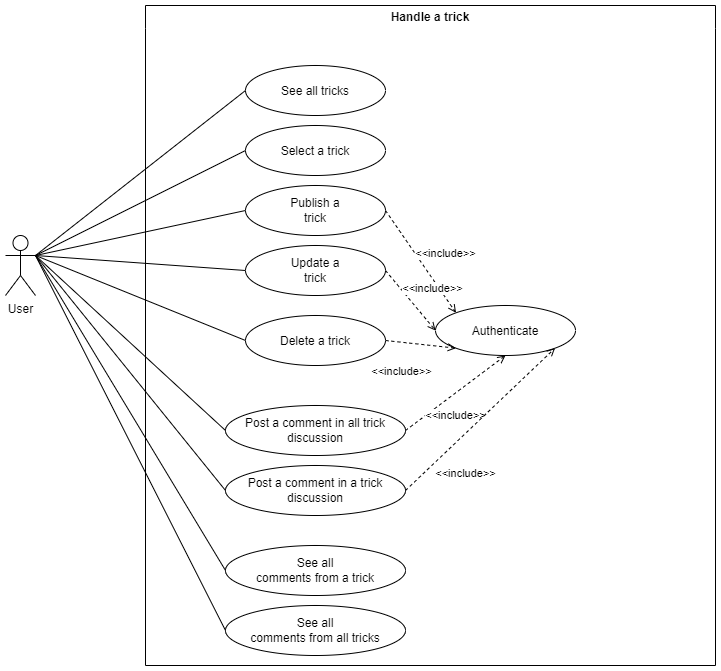
David-Renard/OC-p6 keeps this draw.io diagram as diagrammes/UC - Handle a trick.drawio.png. Above is the earlier version. Source tidied: cells renumbered, new cells last; positions are measured from the earlier drawing's top-left corner, leaving out a move shared by most shapes. The source it was exported from:
```xml
<mxGraphModel>
  <root>
    <mxCell id="0" />
    <mxCell id="1" parent="0" />
    <mxCell id="2" value="Handle a trick" style="swimlane;whiteSpace=wrap;html=1;swimlaneLine=0;" parent="1" vertex="1">
      <mxGeometry x="140" width="570" height="660" as="geometry" />
    </mxCell>
    <mxCell id="3" value="&lt;p style=&quot;line-height: 100%;&quot;&gt;See all tricks&lt;/p&gt;" style="ellipse;whiteSpace=wrap;html=1;" parent="2" vertex="1">
      <mxGeometry x="100" y="60" width="140" height="50" as="geometry" />
    </mxCell>
    <mxCell id="4" value="&lt;p style=&quot;line-height: 100%;&quot;&gt;Select a trick&lt;/p&gt;" style="ellipse;whiteSpace=wrap;html=1;" parent="2" vertex="1">
      <mxGeometry x="100" y="120" width="140" height="50" as="geometry" />
    </mxCell>
    <mxCell id="5" value="&lt;span style=&quot;background-color: initial;&quot;&gt;Publish a&lt;/span&gt;&lt;br&gt;trick" style="ellipse;whiteSpace=wrap;html=1;" parent="2" vertex="1">
      <mxGeometry x="100" y="180" width="140" height="50" as="geometry" />
    </mxCell>
    <mxCell id="6" value="&lt;p style=&quot;line-height: 100%;&quot;&gt;Authenticate&lt;/p&gt;" style="ellipse;whiteSpace=wrap;html=1;" parent="2" vertex="1">
      <mxGeometry x="290" y="300" width="140" height="50" as="geometry" />
    </mxCell>
    <mxCell id="7" value="&lt;p style=&quot;line-height: 100%;&quot;&gt;Delete a trick&lt;/p&gt;" style="ellipse;whiteSpace=wrap;html=1;" parent="2" vertex="1">
      <mxGeometry x="100" y="310" width="140" height="50" as="geometry" />
    </mxCell>
    <mxCell id="8" value="&amp;lt;&amp;lt;include&amp;gt;&amp;gt;" style="endArrow=open;html=1;rounded=0;exitX=1;exitY=0.5;exitDx=0;exitDy=0;endFill=0;dashed=1;entryX=0;entryY=0;entryDx=0;entryDy=0;" parent="2" edge="1" source="5" target="6">
      <mxGeometry x="0.12" y="25" relative="1" as="geometry" />
    </mxCell>
    <mxCell id="9" value="&amp;lt;&amp;lt;include&amp;gt;&amp;gt;" style="endArrow=open;html=1;rounded=0;exitX=1;exitY=0.5;exitDx=0;exitDy=0;endFill=0;dashed=1;entryX=0;entryY=1;entryDx=0;entryDy=0;" parent="2" edge="1" source="7" target="6">
      <mxGeometry x="-0.46" y="-28" relative="1" as="geometry">
        <mxPoint y="1" as="offset" />
      </mxGeometry>
    </mxCell>
    <mxCell id="10" value="&lt;span style=&quot;background-color: initial;&quot;&gt;Update a&lt;/span&gt;&lt;br&gt;trick" style="ellipse;whiteSpace=wrap;html=1;" parent="2" vertex="1">
      <mxGeometry x="100" y="240" width="140" height="50" as="geometry" />
    </mxCell>
    <mxCell id="11" value="&amp;lt;&amp;lt;include&amp;gt;&amp;gt;" style="endArrow=open;html=1;rounded=0;exitX=1;exitY=0.5;exitDx=0;exitDy=0;endFill=0;dashed=1;entryX=0;entryY=0.5;entryDx=0;entryDy=0;" parent="2" edge="1" source="10" target="6">
      <mxGeometry x="0.12" y="25" relative="1" as="geometry" />
    </mxCell>
    <mxCell id="12" value="&lt;span style=&quot;background-color: initial;&quot;&gt;Post a comment in all trick discussion&lt;br&gt;&lt;/span&gt;" style="ellipse;whiteSpace=wrap;html=1;" parent="2" vertex="1">
      <mxGeometry x="80" y="400" width="180" height="50" as="geometry" />
    </mxCell>
    <mxCell id="13" value="&lt;span style=&quot;background-color: initial;&quot;&gt;Post a comment in a trick discussion&lt;br&gt;&lt;/span&gt;" style="ellipse;whiteSpace=wrap;html=1;" parent="2" vertex="1">
      <mxGeometry x="80" y="460" width="180" height="50" as="geometry" />
    </mxCell>
    <mxCell id="14" value="&lt;span style=&quot;background-color: initial;&quot;&gt;See all&lt;/span&gt;&lt;br&gt;&lt;blockquote style=&quot;margin: 0 0 0 40px; border: none; padding: 0px;&quot;&gt;&lt;/blockquote&gt;&lt;span style=&quot;background-color: initial;&quot;&gt;comments&amp;nbsp;&lt;/span&gt;&lt;span style=&quot;background-color: initial;&quot;&gt;from a trick&lt;/span&gt;&lt;span style=&quot;background-color: initial;&quot;&gt;&lt;br&gt;&lt;/span&gt;" style="ellipse;whiteSpace=wrap;html=1;" parent="2" vertex="1">
      <mxGeometry x="80" y="540" width="180" height="50" as="geometry" />
    </mxCell>
    <mxCell id="15" value="&lt;span style=&quot;background-color: initial;&quot;&gt;See all&lt;/span&gt;&lt;br&gt;&lt;blockquote style=&quot;margin: 0 0 0 40px; border: none; padding: 0px;&quot;&gt;&lt;/blockquote&gt;&lt;span style=&quot;background-color: initial;&quot;&gt;comments&amp;nbsp;&lt;/span&gt;&lt;span style=&quot;background-color: initial;&quot;&gt;from all tricks&lt;/span&gt;&lt;span style=&quot;background-color: initial;&quot;&gt;&lt;br&gt;&lt;/span&gt;" style="ellipse;whiteSpace=wrap;html=1;" parent="2" vertex="1">
      <mxGeometry x="80" y="600" width="180" height="50" as="geometry" />
    </mxCell>
    <mxCell id="16" value="&amp;lt;&amp;lt;include&amp;gt;&amp;gt;" style="endArrow=open;html=1;rounded=0;exitX=1;exitY=0.5;exitDx=0;exitDy=0;endFill=0;dashed=1;entryX=0.5;entryY=1;entryDx=0;entryDy=0;" parent="2" edge="1" source="12" target="6">
      <mxGeometry x="-0.22" y="-18" relative="1" as="geometry" />
    </mxCell>
    <mxCell id="17" value="&amp;lt;&amp;lt;include&amp;gt;&amp;gt;" style="endArrow=open;html=1;rounded=0;exitX=1;exitY=0.5;exitDx=0;exitDy=0;endFill=0;dashed=1;entryX=1;entryY=1;entryDx=0;entryDy=0;" parent="2" edge="1" source="13" target="6">
      <mxGeometry x="-0.46" y="-28" relative="1" as="geometry">
        <mxPoint y="1" as="offset" />
      </mxGeometry>
    </mxCell>
    <mxCell id="18" style="endArrow=none;html=1;rounded=0;entryX=0;entryY=0.5;entryDx=0;entryDy=0;exitX=1;exitY=0.3333333333333333;exitDx=0;exitDy=0;exitPerimeter=0;" parent="1" edge="1" source="19" target="3">
      <mxGeometry relative="1" as="geometry" />
    </mxCell>
    <mxCell id="19" value="User" style="shape=umlActor;verticalLabelPosition=bottom;verticalAlign=top;html=1;outlineConnect=0;" parent="1" vertex="1">
      <mxGeometry y="230" width="30" height="60" as="geometry" />
    </mxCell>
    <mxCell id="20" style="endArrow=none;html=1;rounded=0;exitX=1;exitY=0.3333333333333333;exitDx=0;exitDy=0;exitPerimeter=0;entryX=0;entryY=0.5;entryDx=0;entryDy=0;" parent="1" edge="1" source="19" target="5">
      <mxGeometry relative="1" as="geometry" />
    </mxCell>
    <mxCell id="21" style="endArrow=none;html=1;rounded=0;exitX=1;exitY=0.3333333333333333;exitDx=0;exitDy=0;exitPerimeter=0;entryX=0;entryY=0.5;entryDx=0;entryDy=0;" parent="1" edge="1" source="19" target="4">
      <mxGeometry relative="1" as="geometry" />
    </mxCell>
    <mxCell id="22" style="endArrow=none;html=1;rounded=0;exitX=1;exitY=0.3333333333333333;exitDx=0;exitDy=0;exitPerimeter=0;entryX=0;entryY=0.5;entryDx=0;entryDy=0;" parent="1" edge="1" source="19" target="10">
      <mxGeometry relative="1" as="geometry" />
    </mxCell>
    <mxCell id="23" style="endArrow=none;html=1;rounded=0;exitX=1;exitY=0.3333333333333333;exitDx=0;exitDy=0;exitPerimeter=0;entryX=0;entryY=0.5;entryDx=0;entryDy=0;" parent="1" edge="1" source="19" target="7">
      <mxGeometry relative="1" as="geometry" />
    </mxCell>
    <mxCell id="24" style="endArrow=none;html=1;rounded=0;exitX=1;exitY=0.3333333333333333;exitDx=0;exitDy=0;exitPerimeter=0;entryX=0;entryY=0.5;entryDx=0;entryDy=0;" parent="1" edge="1" source="19" target="12">
      <mxGeometry relative="1" as="geometry" />
    </mxCell>
    <mxCell id="25" style="endArrow=none;html=1;rounded=0;exitX=1;exitY=0.3333333333333333;exitDx=0;exitDy=0;exitPerimeter=0;entryX=0;entryY=0.5;entryDx=0;entryDy=0;" parent="1" edge="1" source="19" target="13">
      <mxGeometry relative="1" as="geometry" />
    </mxCell>
    <mxCell id="26" style="endArrow=none;html=1;rounded=0;exitX=1;exitY=0.3333333333333333;exitDx=0;exitDy=0;exitPerimeter=0;entryX=0;entryY=0.5;entryDx=0;entryDy=0;" parent="1" edge="1" source="19" target="14">
      <mxGeometry relative="1" as="geometry" />
    </mxCell>
    <mxCell id="27" style="endArrow=none;html=1;rounded=0;exitX=1;exitY=0.3333333333333333;exitDx=0;exitDy=0;exitPerimeter=0;entryX=0;entryY=0.5;entryDx=0;entryDy=0;" parent="1" edge="1" source="19" target="15">
      <mxGeometry relative="1" as="geometry" />
    </mxCell>
  </root>
</mxGraphModel>
```
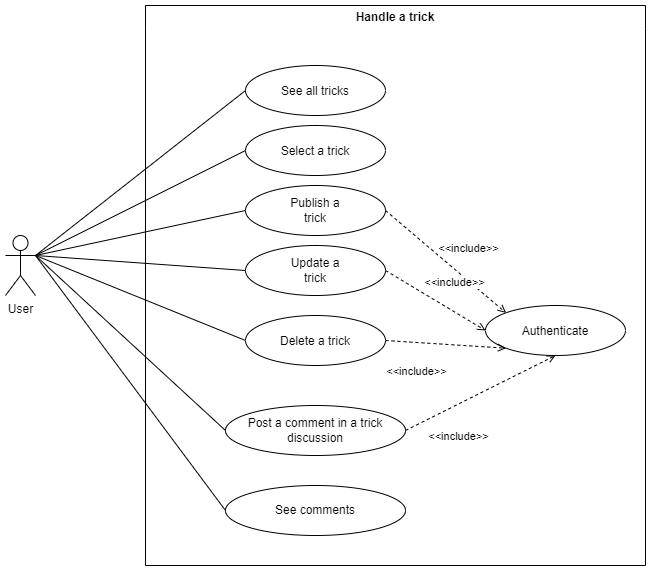
After the commit.

The edit, as a diff of the source:
```diff
@@ -3,7 +3,7 @@
     <mxCell id="0" />
     <mxCell id="1" parent="0" />
     <mxCell id="2" value="Handle a trick" style="swimlane;whiteSpace=wrap;html=1;swimlaneLine=0;" parent="1" vertex="1">
-      <mxGeometry x="140" width="570" height="660" as="geometry" />
+      <mxGeometry x="140" width="500" height="560" as="geometry" />
     </mxCell>
     <mxCell id="3" value="&lt;p style=&quot;line-height: 100%;&quot;&gt;See all tricks&lt;/p&gt;" style="ellipse;whiteSpace=wrap;html=1;" parent="2" vertex="1">
       <mxGeometry x="100" y="60" width="140" height="50" as="geometry" />
@@ -15,7 +15,7 @@
       <mxGeometry x="100" y="180" width="140" height="50" as="geometry" />
     </mxCell>
     <mxCell id="6" value="&lt;p style=&quot;line-height: 100%;&quot;&gt;Authenticate&lt;/p&gt;" style="ellipse;whiteSpace=wrap;html=1;" parent="2" vertex="1">
-      <mxGeometry x="290" y="300" width="140" height="50" as="geometry" />
+      <mxGeometry x="340" y="300" width="140" height="50" as="geometry" />
     </mxCell>
     <mxCell id="7" value="&lt;p style=&quot;line-height: 100%;&quot;&gt;Delete a trick&lt;/p&gt;" style="ellipse;whiteSpace=wrap;html=1;" parent="2" vertex="1">
       <mxGeometry x="100" y="310" width="140" height="50" as="geometry" />
@@ -34,22 +34,13 @@
     <mxCell id="11" value="&amp;lt;&amp;lt;include&amp;gt;&amp;gt;" style="endArrow=open;html=1;rounded=0;exitX=1;exitY=0.5;exitDx=0;exitDy=0;endFill=0;dashed=1;entryX=0;entryY=0.5;entryDx=0;entryDy=0;" parent="2" edge="1" source="10" target="6">
       <mxGeometry x="0.12" y="25" relative="1" as="geometry" />
     </mxCell>
-    <mxCell id="12" value="&lt;span style=&quot;background-color: initial;&quot;&gt;Post a comment in all trick discussion&lt;br&gt;&lt;/span&gt;" style="ellipse;whiteSpace=wrap;html=1;" parent="2" vertex="1">
-      <mxGeometry x="80" y="400" width="180" height="50" as="geometry" />
-    </mxCell>
     <mxCell id="13" value="&lt;span style=&quot;background-color: initial;&quot;&gt;Post a comment in a trick discussion&lt;br&gt;&lt;/span&gt;" style="ellipse;whiteSpace=wrap;html=1;" parent="2" vertex="1">
-      <mxGeometry x="80" y="460" width="180" height="50" as="geometry" />
+      <mxGeometry x="80" y="400" width="180" height="50" as="geometry" />
     </mxCell>
-    <mxCell id="14" value="&lt;span style=&quot;background-color: initial;&quot;&gt;See all&lt;/span&gt;&lt;br&gt;&lt;blockquote style=&quot;margin: 0 0 0 40px; border: none; padding: 0px;&quot;&gt;&lt;/blockquote&gt;&lt;span style=&quot;background-color: initial;&quot;&gt;comments&amp;nbsp;&lt;/span&gt;&lt;span style=&quot;background-color: initial;&quot;&gt;from a trick&lt;/span&gt;&lt;span style=&quot;background-color: initial;&quot;&gt;&lt;br&gt;&lt;/span&gt;" style="ellipse;whiteSpace=wrap;html=1;" parent="2" vertex="1">
-      <mxGeometry x="80" y="540" width="180" height="50" as="geometry" />
-    </mxCell>
-    <mxCell id="15" value="&lt;span style=&quot;background-color: initial;&quot;&gt;See all&lt;/span&gt;&lt;br&gt;&lt;blockquote style=&quot;margin: 0 0 0 40px; border: none; padding: 0px;&quot;&gt;&lt;/blockquote&gt;&lt;span style=&quot;background-color: initial;&quot;&gt;comments&amp;nbsp;&lt;/span&gt;&lt;span style=&quot;background-color: initial;&quot;&gt;from all tricks&lt;/span&gt;&lt;span style=&quot;background-color: initial;&quot;&gt;&lt;br&gt;&lt;/span&gt;" style="ellipse;whiteSpace=wrap;html=1;" parent="2" vertex="1">
-      <mxGeometry x="80" y="600" width="180" height="50" as="geometry" />
+    <mxCell id="15" value="&lt;span style=&quot;background-color: initial;&quot;&gt;See comments&lt;br&gt;&lt;/span&gt;" style="ellipse;whiteSpace=wrap;html=1;" parent="2" vertex="1">
+      <mxGeometry x="80" y="480" width="180" height="50" as="geometry" />
     </mxCell>
-    <mxCell id="16" value="&amp;lt;&amp;lt;include&amp;gt;&amp;gt;" style="endArrow=open;html=1;rounded=0;exitX=1;exitY=0.5;exitDx=0;exitDy=0;endFill=0;dashed=1;entryX=0.5;entryY=1;entryDx=0;entryDy=0;" parent="2" edge="1" source="12" target="6">
-      <mxGeometry x="-0.22" y="-18" relative="1" as="geometry" />
-    </mxCell>
-    <mxCell id="17" value="&amp;lt;&amp;lt;include&amp;gt;&amp;gt;" style="endArrow=open;html=1;rounded=0;exitX=1;exitY=0.5;exitDx=0;exitDy=0;endFill=0;dashed=1;entryX=1;entryY=1;entryDx=0;entryDy=0;" parent="2" edge="1" source="13" target="6">
+    <mxCell id="17" value="&amp;lt;&amp;lt;include&amp;gt;&amp;gt;" style="endArrow=open;html=1;rounded=0;exitX=1;exitY=0.5;exitDx=0;exitDy=0;endFill=0;dashed=1;entryX=0.5;entryY=1;entryDx=0;entryDy=0;" parent="2" edge="1" source="13" target="6">
       <mxGeometry x="-0.46" y="-28" relative="1" as="geometry">
         <mxPoint y="1" as="offset" />
       </mxGeometry>
@@ -72,15 +63,9 @@
     <mxCell id="23" style="endArrow=none;html=1;rounded=0;exitX=1;exitY=0.3333333333333333;exitDx=0;exitDy=0;exitPerimeter=0;entryX=0;entryY=0.5;entryDx=0;entryDy=0;" parent="1" edge="1" source="19" target="7">
       <mxGeometry relative="1" as="geometry" />
     </mxCell>
-    <mxCell id="24" style="endArrow=none;html=1;rounded=0;exitX=1;exitY=0.3333333333333333;exitDx=0;exitDy=0;exitPerimeter=0;entryX=0;entryY=0.5;entryDx=0;entryDy=0;" parent="1" edge="1" source="19" target="12">
-      <mxGeometry relative="1" as="geometry" />
-    </mxCell>
     <mxCell id="25" style="endArrow=none;html=1;rounded=0;exitX=1;exitY=0.3333333333333333;exitDx=0;exitDy=0;exitPerimeter=0;entryX=0;entryY=0.5;entryDx=0;entryDy=0;" parent="1" edge="1" source="19" target="13">
       <mxGeometry relative="1" as="geometry" />
     </mxCell>
-    <mxCell id="26" style="endArrow=none;html=1;rounded=0;exitX=1;exitY=0.3333333333333333;exitDx=0;exitDy=0;exitPerimeter=0;entryX=0;entryY=0.5;entryDx=0;entryDy=0;" parent="1" edge="1" source="19" target="14">
-      <mxGeometry relative="1" as="geometry" />
-    </mxCell>
     <mxCell id="27" style="endArrow=none;html=1;rounded=0;exitX=1;exitY=0.3333333333333333;exitDx=0;exitDy=0;exitPerimeter=0;entryX=0;entryY=0.5;entryDx=0;entryDy=0;" parent="1" edge="1" source="19" target="15">
       <mxGeometry relative="1" as="geometry" />
     </mxCell>
```
